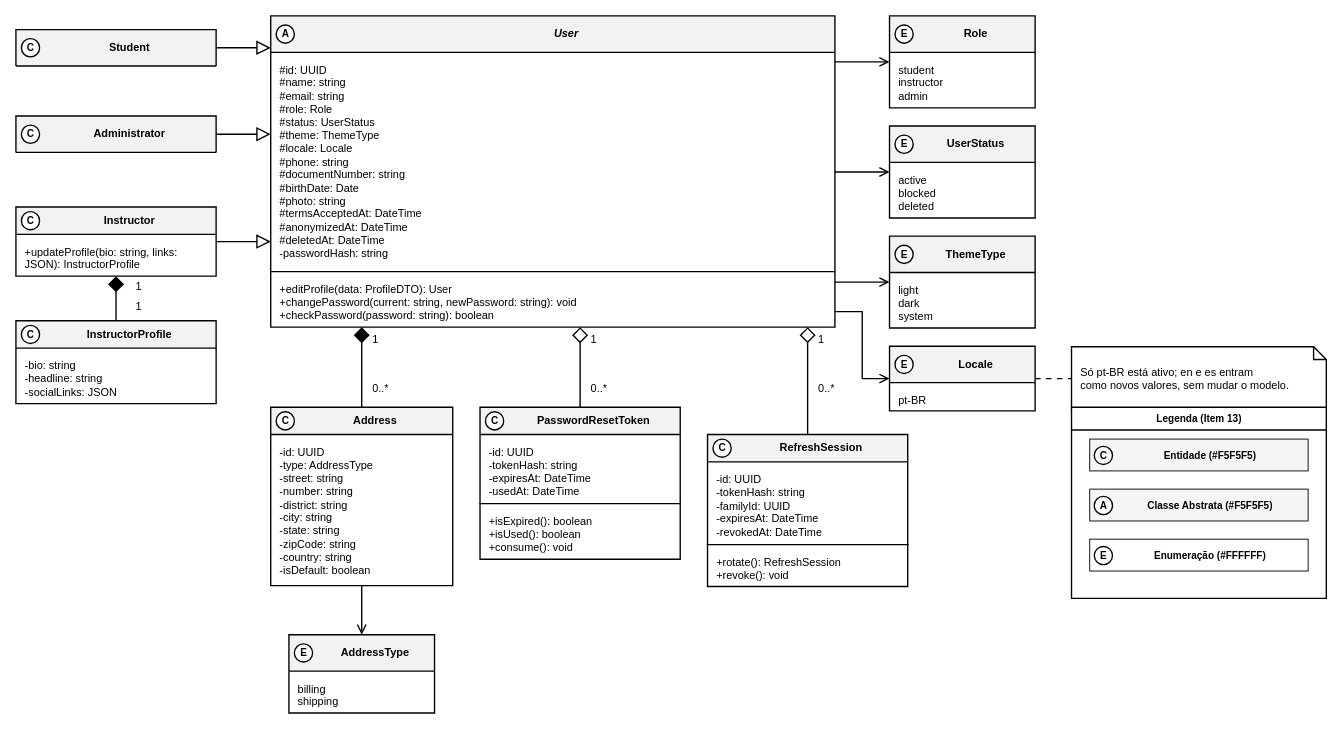
This is especificacao/diagramas/13-classes-area-a-negocial.drawio from Plataforma-de-Cursos-TCC/plataforma-cursos-docs, a draw.io file, before an edit. Source tidied: cells renumbered, new cells numbered last; positions are measured from the earlier drawing's top-left corner, leaving out a move shared by most shapes. Both pictures are drawn from the tidied source at 91%, with x=0, y=0 at pixel (15, 15).
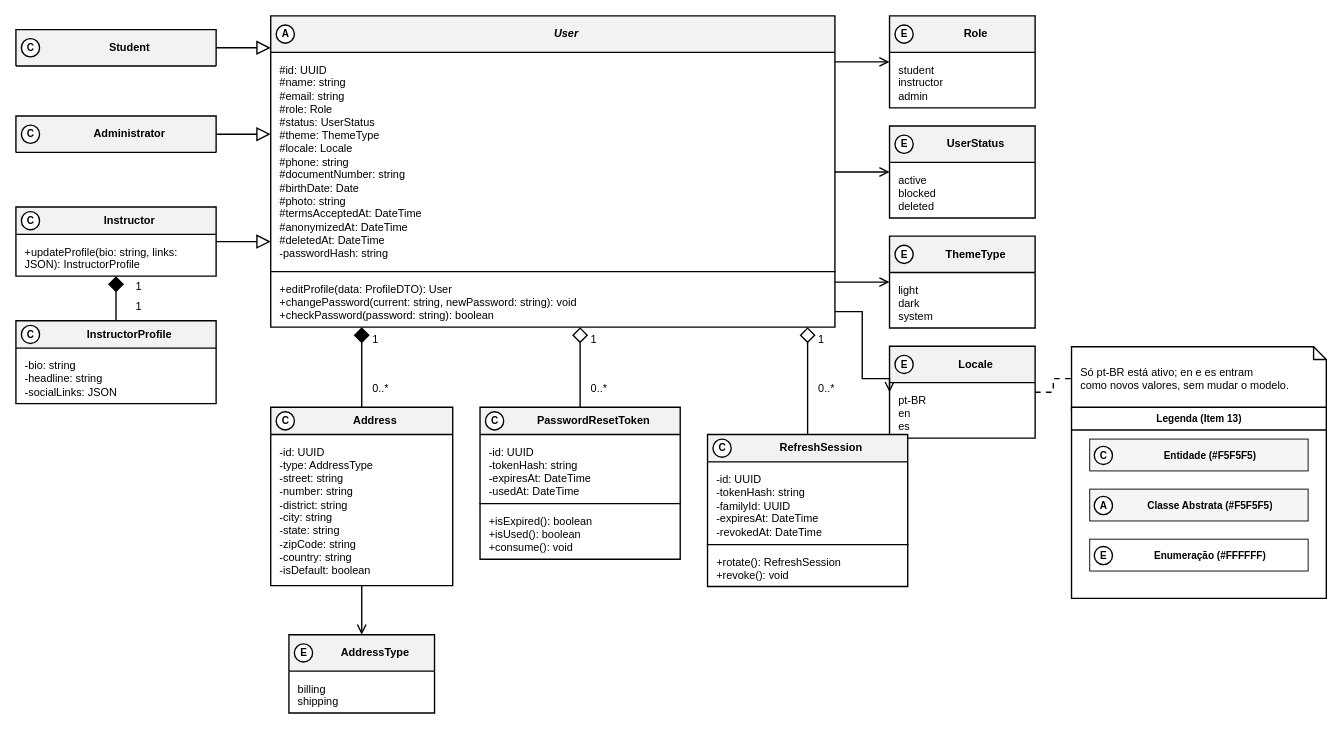
Above is the later version.

Diff of the diagram source:
```diff
@@
     <mxCell id="17" value="&lt;b&gt;Locale&lt;/b&gt;" style="swimlane;fontStyle=0;align=center;verticalAlign=middle;horizontal=1;startSize=40;html=1;whiteSpace=wrap;fontFamily=Helvetica;fontSize=12;fillColor=#F2F2F2;swimlaneFillColor=#FFFFFF;strokeColor=#000000;strokeWidth=1.5;fontColor=#000000;spacingLeft=30;" parent="1" vertex="1">
-      <mxGeometry x="960" y="363" width="160" height="71" as="geometry" />
+      <mxGeometry x="960" y="363" width="160" height="101" as="geometry" />
     </mxCell>
-    <mxCell id="18" value="pt-BR" style="text;strokeColor=none;fillColor=none;align=left;verticalAlign=top;spacingLeft=8;spacingRight=8;spacingTop=6;overflow=hidden;whiteSpace=wrap;html=1;fontFamily=Helvetica;fontSize=12;fontColor=#000000;" parent="17" vertex="1">
-      <mxGeometry y="40" width="160" height="31" as="geometry" />
+    <mxCell id="18" value="pt-BR&lt;br&gt;en&lt;br&gt;es" style="text;strokeColor=none;fillColor=none;align=left;verticalAlign=top;spacingLeft=8;spacingRight=8;spacingTop=6;overflow=hidden;whiteSpace=wrap;html=1;fontFamily=Helvetica;fontSize=12;fontColor=#000000;" parent="17" vertex="1">
+      <mxGeometry y="40" width="160" height="61" as="geometry" />
     </mxCell>
```
